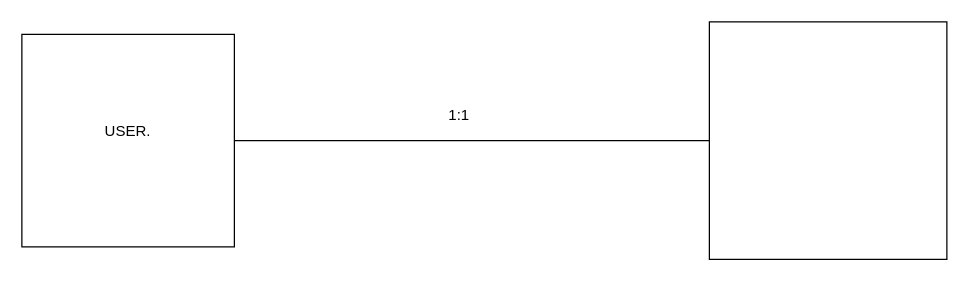
Earlier version of the draw.io diagram data-model.drawio (Al-Farhan-Seg/django-learn). Source tidied: cells renumbered, new cells numbered last; positions are measured from the earlier drawing's top-left corner, leaving out a move shared by most shapes. Both pictures are drawn from the tidied source at 125%, with x=0, y=0 at pixel (21, 21).
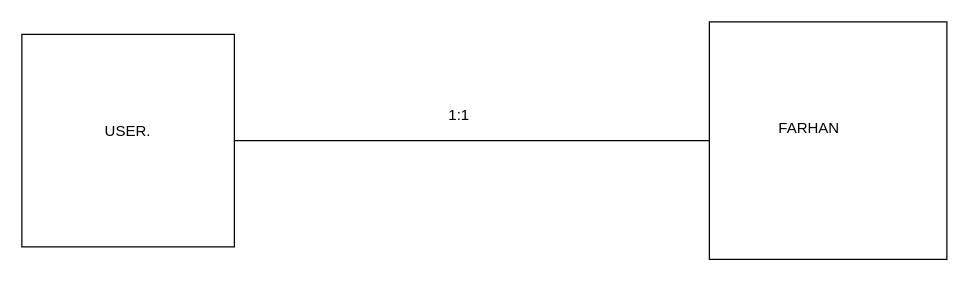
After the change.

Diff of the diagram source:
```diff
@@
 <mxGraphModel>
   <root>
     <mxCell id="0" />
     <mxCell id="1" parent="0" />
     <mxCell id="2" value="USER.&lt;br&gt;&lt;div&gt;&lt;br/&gt;&lt;/div&gt;" style="whiteSpace=wrap;html=1;" parent="1" vertex="1">
       <mxGeometry y="10" width="170" height="170" as="geometry" />
     </mxCell>
     <mxCell id="3" style="whiteSpace=wrap;html=1;" parent="1" vertex="1">
       <mxGeometry x="550" width="190" height="190" as="geometry" />
     </mxCell>
     <mxCell id="4" style="endArrow=none;html=1;exitX=1;exitY=0.5;exitDx=0;exitDy=0;entryX=0;entryY=0.5;entryDx=0;entryDy=0;" parent="1" edge="1" source="2" target="3">
       <mxGeometry relative="1" as="geometry" />
     </mxCell>
     <mxCell id="5" value="1:1" style="text;html=1;whiteSpace=wrap;strokeColor=none;fillColor=none;align=center;verticalAlign=middle;rounded=0;" parent="1" vertex="1">
       <mxGeometry x="320" y="60" width="60" height="30" as="geometry" />
     </mxCell>
+    <mxCell id="6" value="FARHAN" style="text;html=1;whiteSpace=wrap;strokeColor=none;fillColor=none;align=center;verticalAlign=middle;rounded=0;" parent="1" vertex="1">
+      <mxGeometry x="600" y="70" width="60" height="30" as="geometry" />
+    </mxCell>
   </root>
 </mxGraphModel>
```
